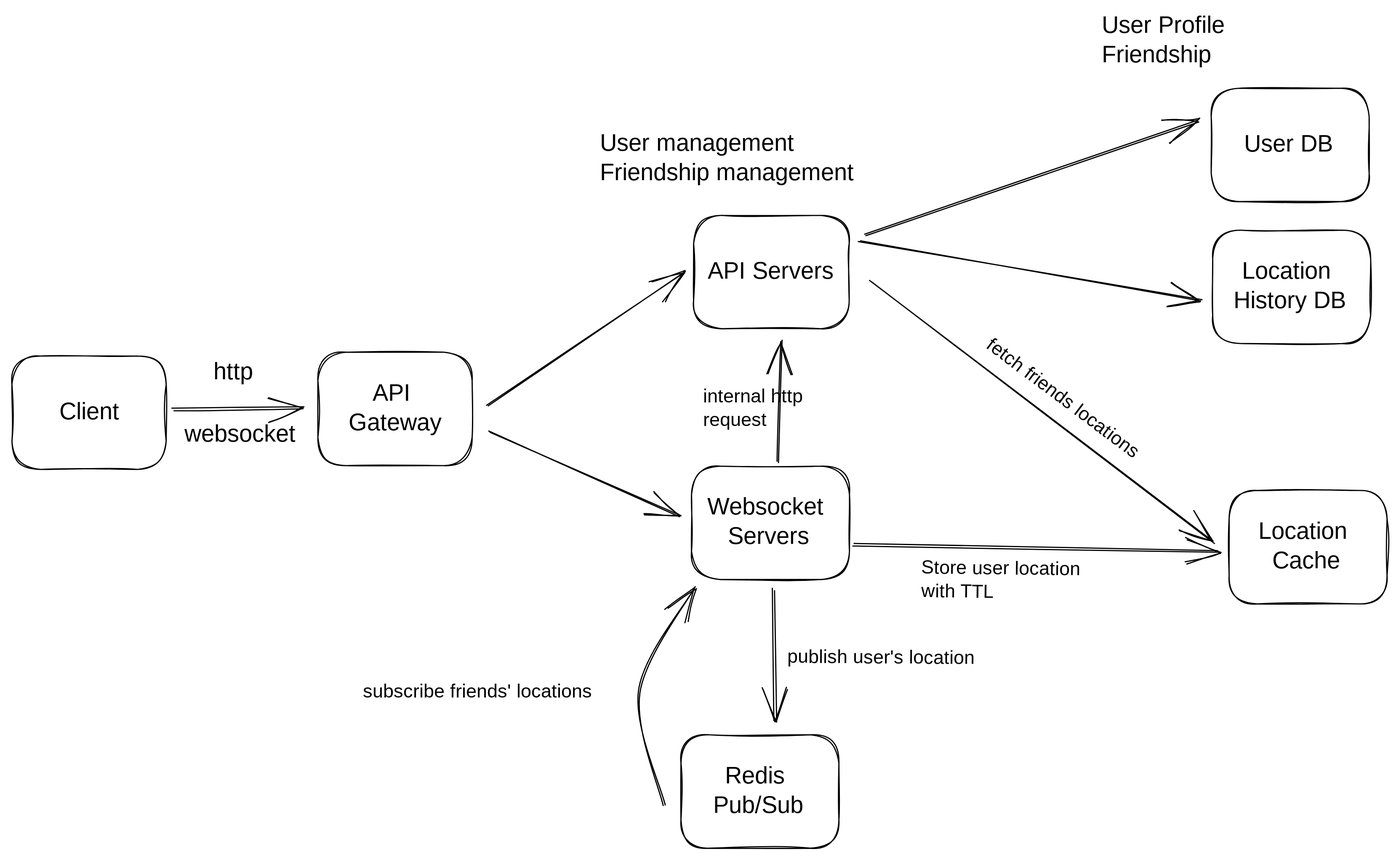
The Excalidraw diagram .gitbook/assets/file.excalidraw (2).svg in dongzeli95/swe-interview, before a commit. Source tidied: one line per element, renumbered; positions are measured from the earlier drawing's top-left corner, leaving out a move shared by most shapes. Its diagram source:
```json
{"id": 0, "type": "rectangle", "strokeColor": "#000000", "strokeWidth": 1, "roughness": 1, "round": true, "x": 0, "y": 292, "width": 131, "height": 96}
{"id": 1, "type": "text", "text": "Client", "strokeColor": "#000000", "strokeWidth": 1, "roughness": 1, "fontSize": 20, "fontFamily": 1, "textAlign": "center", "verticalAlign": "middle", "inside": 0, "x": 37, "y": 328, "width": 56, "height": 25}
{"id": 2, "type": "rectangle", "strokeColor": "#000000", "strokeWidth": 1, "roughness": 1, "round": true, "x": 260, "y": 289, "width": 131, "height": 96}
{"id": 3, "type": "text", "text": "API \nGateway", "strokeColor": "#000000", "strokeWidth": 1, "roughness": 1, "fontSize": 20, "fontFamily": 1, "textAlign": "center", "verticalAlign": "middle", "inside": 2, "x": 281, "y": 312, "width": 88, "height": 50}
{"id": 4, "type": "rectangle", "strokeColor": "#000000", "strokeWidth": 1, "roughness": 1, "round": true, "x": 578, "y": 173, "width": 132, "height": 96}
{"id": 5, "type": "text", "text": "API Servers", "strokeColor": "#000000", "strokeWidth": 1, "roughness": 1, "fontSize": 20, "fontFamily": 1, "textAlign": "center", "verticalAlign": "middle", "inside": 4, "x": 583, "y": 208, "width": 122, "height": 25}
{"id": 6, "type": "rectangle", "strokeColor": "#000000", "strokeWidth": 1, "roughness": 1, "round": true, "x": 577, "y": 386, "width": 134, "height": 96}
{"id": 7, "type": "text", "text": "Websocket \nServers", "strokeColor": "#000000", "strokeWidth": 1, "roughness": 1, "fontSize": 20, "fontFamily": 1, "textAlign": "center", "verticalAlign": "middle", "inside": 6, "x": 586, "y": 409, "width": 111, "height": 50}
{"id": 8, "type": "rectangle", "strokeColor": "#000000", "strokeWidth": 1, "roughness": 1, "round": true, "x": 568, "y": 614, "width": 134, "height": 96}
{"id": 9, "type": "text", "text": "Redis \nPub/Sub", "strokeColor": "#000000", "strokeWidth": 1, "roughness": 1, "fontSize": 20, "fontFamily": 1, "textAlign": "center", "verticalAlign": "middle", "inside": 8, "x": 593, "y": 637, "width": 80, "height": 50}
{"id": 10, "type": "rectangle", "strokeColor": "#000000", "strokeWidth": 1, "roughness": 1, "round": true, "x": 1033, "y": 406, "width": 134, "height": 96}
{"id": 11, "type": "text", "text": "Location \nCache", "strokeColor": "#000000", "strokeWidth": 1, "roughness": 1, "fontSize": 20, "fontFamily": 1, "textAlign": "center", "verticalAlign": "middle", "inside": 10, "x": 1051, "y": 429, "width": 94, "height": 50}
{"id": 12, "type": "rectangle", "strokeColor": "#000000", "strokeWidth": 1, "roughness": 1, "round": true, "x": 1017, "y": 65, "width": 134, "height": 96}
{"id": 13, "type": "text", "text": "User DB", "strokeColor": "#000000", "strokeWidth": 1, "roughness": 1, "fontSize": 20, "fontFamily": 1, "textAlign": "center", "verticalAlign": "middle", "inside": 12, "x": 1039, "y": 100, "width": 87, "height": 25}
{"id": 14, "type": "rectangle", "strokeColor": "#000000", "strokeWidth": 1, "roughness": 1, "round": true, "x": 1019, "y": 185, "width": 134, "height": 96}
{"id": 15, "type": "text", "text": "Location \nHistory DB", "strokeColor": "#000000", "strokeWidth": 1, "roughness": 1, "fontSize": 20, "fontFamily": 1, "textAlign": "center", "verticalAlign": "middle", "inside": 14, "x": 1030, "y": 208, "width": 109, "height": 50}
{"id": 16, "type": "arrow", "strokeColor": "#000000", "strokeWidth": 1, "roughness": 1, "endArrowhead": "arrow", "round": true, "from": 0, "to": 2, "x": 136, "y": 337, "width": 111, "height": 2, "points": [[0, 0], [111, -2]]}
{"id": 17, "type": "text", "text": "http", "strokeColor": "#000000", "strokeWidth": 1, "roughness": 1, "fontSize": 20, "fontFamily": 1, "x": 171, "y": 294, "width": 44, "height": 25}
{"id": 18, "type": "text", "text": "websocket", "strokeColor": "#000000", "strokeWidth": 1, "roughness": 1, "fontSize": 20, "fontFamily": 1, "x": 146, "y": 347, "width": 99, "height": 25}
{"id": 19, "type": "arrow", "strokeColor": "#000000", "strokeWidth": 1, "roughness": 1, "endArrowhead": "arrow", "round": true, "from": 2, "to": 4, "x": 404, "y": 333, "width": 167, "height": 112, "points": [[0, 0], [167, -112]]}
{"id": 20, "type": "arrow", "strokeColor": "#000000", "strokeWidth": 1, "roughness": 1, "endArrowhead": "arrow", "round": true, "from": 4, "to": 12, "x": 724, "y": 190, "width": 283, "height": 98, "points": [[0, 0], [283, -98]]}
{"id": 21, "type": "arrow", "strokeColor": "#000000", "strokeWidth": 1, "roughness": 1, "endArrowhead": "arrow", "round": true, "from": 2, "to": 6, "x": 405, "y": 357, "width": 163, "height": 72, "points": [[0, 0], [163, 72]]}
{"id": 22, "type": "arrow", "strokeColor": "#000000", "strokeWidth": 1, "roughness": 1, "endArrowhead": "arrow", "round": true, "from": 6, "to": 10, "x": 714, "y": 452, "width": 310, "height": 6, "points": [[0, 0], [310, 6]]}
{"id": 23, "type": "text", "text": "User management\nFriendship management", "strokeColor": "#000000", "strokeWidth": 1, "roughness": 1, "fontSize": 20, "fontFamily": 1, "x": 499, "y": 100, "width": 217, "height": 50}
{"id": 24, "type": "text", "text": "User Profile\nFriendship", "strokeColor": "#000000", "strokeWidth": 1, "roughness": 1, "fontSize": 20, "fontFamily": 1, "x": 925, "y": 0, "width": 119, "height": 50}
{"id": 25, "type": "arrow", "strokeColor": "#000000", "strokeWidth": 1, "roughness": 1, "endArrowhead": "arrow", "round": true, "from": 6, "to": 4, "x": 650, "y": 383, "width": 4, "height": 104, "points": [[0, 0], [4, -104]]}
{"id": 26, "type": "arrow", "strokeColor": "#000000", "strokeWidth": 1, "roughness": 1, "endArrowhead": "arrow", "round": true, "from": 4, "to": 14, "x": 719, "y": 194, "width": 292, "height": 51, "points": [[0, 0], [292, 51]]}
{"id": 27, "type": "arrow", "strokeColor": "#000000", "strokeWidth": 1, "roughness": 1, "endArrowhead": "arrow", "round": true, "from": 4, "to": 10, "x": 729, "y": 229, "width": 291, "height": 222, "points": [[0, 0], [291, 222]]}
{"id": 28, "type": "text", "text": "internal http\nrequest", "strokeColor": "#000000", "strokeWidth": 1, "roughness": 1, "fontSize": 16, "fontFamily": 1, "x": 586, "y": 317, "width": 101, "height": 40}
{"id": 29, "type": "text", "text": "fetch friends locations", "strokeColor": "#000000", "angle": 0.64, "strokeWidth": 1, "roughness": 1, "fontSize": 16, "fontFamily": 1, "x": 810, "y": 326, "width": 181, "height": 20}
{"id": 30, "type": "text", "text": "Store user location\nwith TTL", "strokeColor": "#000000", "angle": 0.01, "strokeWidth": 1, "roughness": 1, "fontSize": 16, "fontFamily": 1, "x": 771, "y": 463, "width": 154, "height": 40}
{"id": 31, "type": "arrow", "strokeColor": "#000000", "strokeWidth": 1, "roughness": 1, "endArrowhead": "arrow", "round": true, "from": 6, "to": 8, "x": 646, "y": 490, "width": 1, "height": 112, "points": [[0, 0], [1, 112]]}
{"id": 32, "type": "text", "text": "publish user's location", "strokeColor": "#000000", "angle": 0.01, "strokeWidth": 1, "roughness": 1, "fontSize": 16, "fontFamily": 1, "x": 658, "y": 539, "width": 174, "height": 20}
{"id": 33, "type": "arrow", "strokeColor": "#000000", "strokeWidth": 1, "roughness": 1, "endArrowhead": "arrow", "round": true, "from": 8, "to": 6, "x": 554, "y": 672, "width": 46, "height": 185, "points": [[0, 0], [-20, -95], [26, -185]]}
{"id": 34, "type": "text", "text": "subscribe friends' locations", "strokeColor": "#000000", "strokeWidth": 1, "roughness": 1, "fontSize": 16, "fontFamily": 1, "x": 298, "y": 568, "width": 214, "height": 20}
```
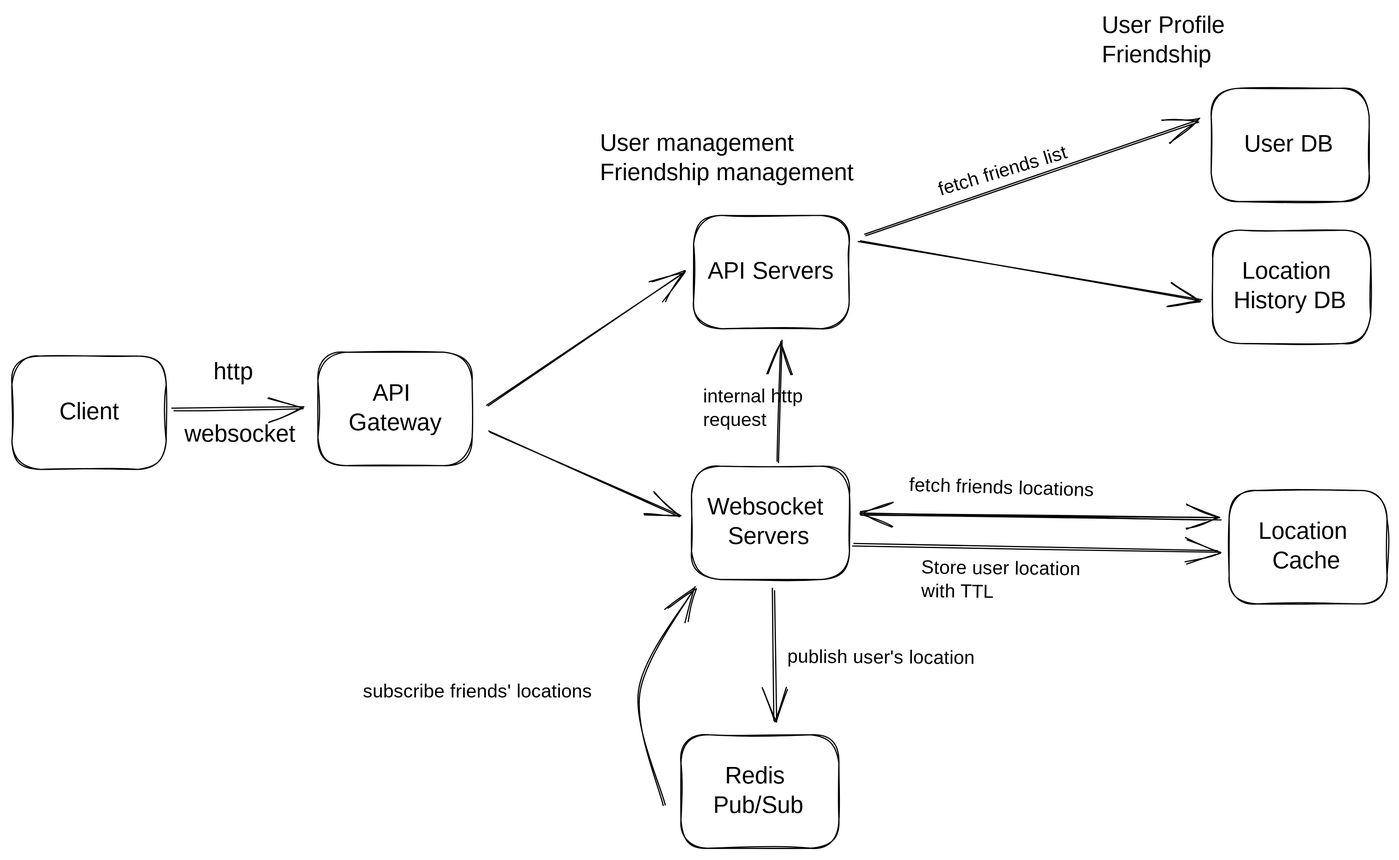
Above is the later version.

Commit message:
GITBOOK-32: change request with no subject merged in GitBook

The edit, as a diff of the source:
```diff
@@ -25,11 +25,13 @@
 {"id": 24, "type": "text", "text": "User Profile\nFriendship", "strokeColor": "#000000", "strokeWidth": 1, "roughness": 1, "fontSize": 20, "fontFamily": 1, "x": 925, "y": 0, "width": 119, "height": 50}
 {"id": 25, "type": "arrow", "strokeColor": "#000000", "strokeWidth": 1, "roughness": 1, "endArrowhead": "arrow", "round": true, "from": 6, "to": 4, "x": 650, "y": 383, "width": 4, "height": 104, "points": [[0, 0], [4, -104]]}
 {"id": 26, "type": "arrow", "strokeColor": "#000000", "strokeWidth": 1, "roughness": 1, "endArrowhead": "arrow", "round": true, "from": 4, "to": 14, "x": 719, "y": 194, "width": 292, "height": 51, "points": [[0, 0], [292, 51]]}
-{"id": 27, "type": "arrow", "strokeColor": "#000000", "strokeWidth": 1, "roughness": 1, "endArrowhead": "arrow", "round": true, "from": 4, "to": 10, "x": 729, "y": 229, "width": 291, "height": 222, "points": [[0, 0], [291, 222]]}
+{"id": 27, "type": "arrow", "strokeColor": "#000000", "strokeWidth": 1, "roughness": 1, "endArrowhead": "arrow", "round": true, "from": 6, "to": 10, "x": 725, "y": 427, "width": 301, "height": 4, "points": [[0, 0], [301, 4]]}
 {"id": 28, "type": "text", "text": "internal http\nrequest", "strokeColor": "#000000", "strokeWidth": 1, "roughness": 1, "fontSize": 16, "fontFamily": 1, "x": 586, "y": 317, "width": 101, "height": 40}
-{"id": 29, "type": "text", "text": "fetch friends locations", "strokeColor": "#000000", "angle": 0.64, "strokeWidth": 1, "roughness": 1, "fontSize": 16, "fontFamily": 1, "x": 810, "y": 326, "width": 181, "height": 20}
+{"id": 29, "type": "text", "text": "fetch friends locations", "strokeColor": "#000000", "angle": 0.03, "strokeWidth": 1, "roughness": 1, "fontSize": 16, "fontFamily": 1, "x": 761, "y": 395, "width": 181, "height": 20}
 {"id": 30, "type": "text", "text": "Store user location\nwith TTL", "strokeColor": "#000000", "angle": 0.01, "strokeWidth": 1, "roughness": 1, "fontSize": 16, "fontFamily": 1, "x": 771, "y": 463, "width": 154, "height": 40}
 {"id": 31, "type": "arrow", "strokeColor": "#000000", "strokeWidth": 1, "roughness": 1, "endArrowhead": "arrow", "round": true, "from": 6, "to": 8, "x": 646, "y": 490, "width": 1, "height": 112, "points": [[0, 0], [1, 112]]}
 {"id": 32, "type": "text", "text": "publish user's location", "strokeColor": "#000000", "angle": 0.01, "strokeWidth": 1, "roughness": 1, "fontSize": 16, "fontFamily": 1, "x": 658, "y": 539, "width": 174, "height": 20}
 {"id": 33, "type": "arrow", "strokeColor": "#000000", "strokeWidth": 1, "roughness": 1, "endArrowhead": "arrow", "round": true, "from": 8, "to": 6, "x": 554, "y": 672, "width": 46, "height": 185, "points": [[0, 0], [-20, -95], [26, -185]]}
 {"id": 34, "type": "text", "text": "subscribe friends' locations", "strokeColor": "#000000", "strokeWidth": 1, "roughness": 1, "fontSize": 16, "fontFamily": 1, "x": 298, "y": 568, "width": 214, "height": 20}
+{"id": 35, "type": "arrow", "strokeColor": "#000000", "strokeWidth": 1, "roughness": 1, "endArrowhead": "arrow", "round": true, "from": 10, "to": 6, "x": 1014, "y": 430, "width": 294, "height": 3, "points": [[0, 0], [-294, -3]]}
+{"id": 36, "type": "text", "text": "fetch friends list", "strokeColor": "#000000", "angle": 5.99, "strokeWidth": 1, "roughness": 1, "fontSize": 16, "fontFamily": 1, "x": 784, "y": 123, "width": 137, "height": 20}
```
